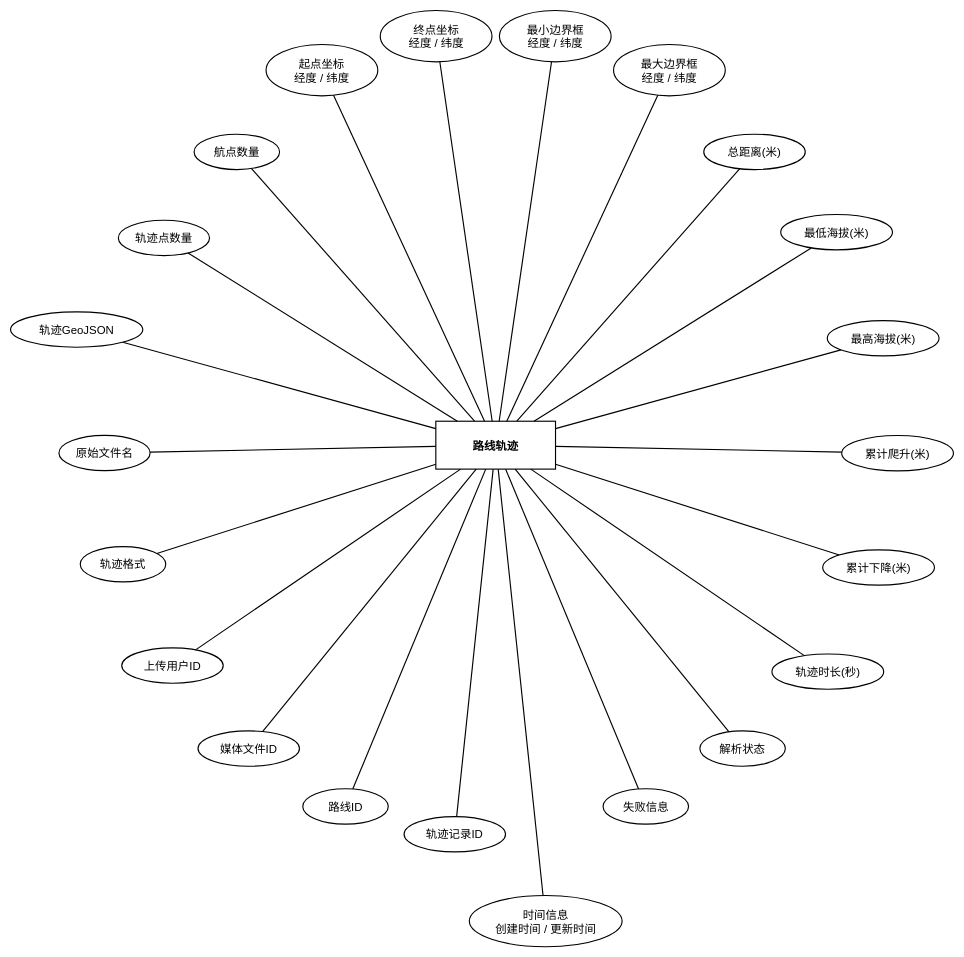
612cs/TrailQuest keeps this draw.io diagram as DOCS/thesis/figures/entity-diagrams/trail_tracks/trail_tracks_entity.drawio. Above is the earlier version. Source tidied: cells renumbered, new cells numbered last; positions are measured from the earlier drawing's top-left corner, leaving out a move shared by most shapes. Both pictures are drawn from the tidied source at 57%, with x=0, y=0 at pixel (10, 10).
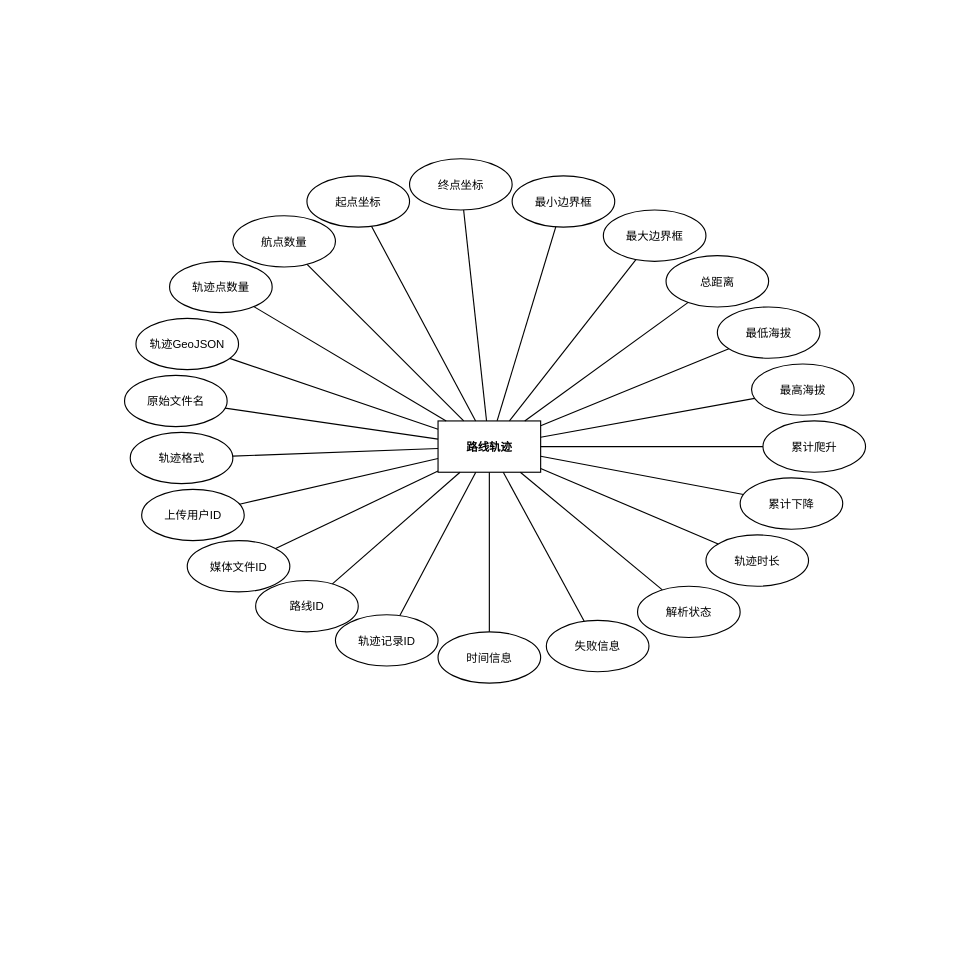
Above is the later version.

What changed in the source:
```diff
@@
     <mxCell id="2" value="路线轨迹" style="rounded=0;whiteSpace=wrap;html=1;fillColor=none;strokeColor=#000000;fontColor=#000000;fontFamily=Arial;fontSize=20;fontStyle=1;align=center;verticalAlign=middle;strokeWidth=2;gradientColor=none;shadow=0;glass=0;" parent="1" vertex="1">
-      <mxGeometry x="746.1" y="720.5" width="210" height="84" as="geometry" />
+      <mxGeometry x="750" y="720" width="180" height="90" as="geometry" />
     </mxCell>
     <mxCell id="3" value="轨迹记录ID" style="ellipse;whiteSpace=wrap;html=1;fillColor=none;strokeColor=#000000;fontColor=#000000;fontFamily=Arial;fontSize=20;align=center;verticalAlign=middle;strokeWidth=2;gradientColor=none;shadow=0;glass=0;" parent="1" vertex="1">
-      <mxGeometry x="690.4" y="1414.1" width="178" height="62" as="geometry" />
+      <mxGeometry x="570" y="1060" width="180" height="90" as="geometry" />
     </mxCell>
     <mxCell id="4" value="路线ID" style="ellipse;whiteSpace=wrap;html=1;fillColor=none;strokeColor=#000000;fontColor=#000000;fontFamily=Arial;fontSize=20;align=center;verticalAlign=middle;strokeWidth=2;gradientColor=none;shadow=0;glass=0;" parent="1" vertex="1">
-      <mxGeometry x="512.7" y="1365.3" width="150" height="62" as="geometry" />
+      <mxGeometry x="430" y="1000" width="180" height="90" as="geometry" />
     </mxCell>
     <mxCell id="5" value="媒体文件ID" style="ellipse;whiteSpace=wrap;html=1;fillColor=none;strokeColor=#000000;fontColor=#000000;fontFamily=Arial;fontSize=20;align=center;verticalAlign=middle;strokeWidth=2;gradientColor=none;shadow=0;glass=0;" parent="1" vertex="1">
-      <mxGeometry x="328.9" y="1263.8" width="178" height="62" as="geometry" />
+      <mxGeometry x="310" y="930" width="180" height="90" as="geometry" />
     </mxCell>
     <mxCell id="6" value="上传用户ID" style="ellipse;whiteSpace=wrap;html=1;fillColor=none;strokeColor=#000000;fontColor=#000000;fontFamily=Arial;fontSize=20;align=center;verticalAlign=middle;strokeWidth=2;gradientColor=none;shadow=0;glass=0;" parent="1" vertex="1">
-      <mxGeometry x="195.1" y="1118.2" width="178" height="62" as="geometry" />
+      <mxGeometry x="230" y="840" width="180" height="90" as="geometry" />
     </mxCell>
     <mxCell id="7" value="轨迹格式" style="ellipse;whiteSpace=wrap;html=1;fillColor=none;strokeColor=#000000;fontColor=#000000;fontFamily=Arial;fontSize=20;align=center;verticalAlign=middle;strokeWidth=2;gradientColor=none;shadow=0;glass=0;" parent="1" vertex="1">
-      <mxGeometry x="122.3" y="940.4" width="150" height="62" as="geometry" />
+      <mxGeometry x="210" y="740" width="180" height="90" as="geometry" />
     </mxCell>
     <mxCell id="8" value="原始文件名" style="ellipse;whiteSpace=wrap;html=1;fillColor=none;strokeColor=#000000;fontColor=#000000;fontFamily=Arial;fontSize=20;align=center;verticalAlign=middle;strokeWidth=2;gradientColor=none;shadow=0;glass=0;" parent="1" vertex="1">
-      <mxGeometry x="84.9" y="745.2" width="160" height="62" as="geometry" />
+      <mxGeometry x="200" y="640" width="180" height="90" as="geometry" />
     </mxCell>
     <mxCell id="9" value="轨迹GeoJSON" style="ellipse;whiteSpace=wrap;html=1;fillColor=none;strokeColor=#000000;fontColor=#000000;fontFamily=Arial;fontSize=20;align=center;verticalAlign=middle;strokeWidth=2;gradientColor=none;shadow=0;glass=0;" parent="1" vertex="1">
-      <mxGeometry y="528.7" width="232" height="62" as="geometry" />
+      <mxGeometry x="220" y="540" width="180" height="90" as="geometry" />
     </mxCell>
     <mxCell id="10" value="轨迹点数量" style="ellipse;whiteSpace=wrap;html=1;fillColor=none;strokeColor=#000000;fontColor=#000000;fontFamily=Arial;fontSize=20;align=center;verticalAlign=middle;strokeWidth=2;gradientColor=none;shadow=0;glass=0;" parent="1" vertex="1">
-      <mxGeometry x="189.1" y="367.9" width="160" height="62" as="geometry" />
+      <mxGeometry x="279" y="440" width="180" height="90" as="geometry" />
     </mxCell>
     <mxCell id="11" value="航点数量" style="ellipse;whiteSpace=wrap;html=1;fillColor=none;strokeColor=#000000;fontColor=#000000;fontFamily=Arial;fontSize=20;align=center;verticalAlign=middle;strokeWidth=2;gradientColor=none;shadow=0;glass=0;" parent="1" vertex="1">
-      <mxGeometry x="322" y="217" width="150" height="62" as="geometry" />
+      <mxGeometry x="390" y="360" width="180" height="90" as="geometry" />
     </mxCell>
-    <mxCell id="12" value="起点坐标&#10;经度 / 纬度" style="ellipse;whiteSpace=wrap;html=1;fillColor=none;strokeColor=#000000;fontColor=#000000;fontFamily=Arial;fontSize=20;align=center;verticalAlign=middle;strokeWidth=2;gradientColor=none;shadow=0;glass=0;" parent="1" vertex="1">
-      <mxGeometry x="448.3" y="59.6" width="196" height="90" as="geometry" />
+    <mxCell id="12" value="起点坐标" style="ellipse;whiteSpace=wrap;html=1;fillColor=none;strokeColor=#000000;fontColor=#000000;fontFamily=Arial;fontSize=20;align=center;verticalAlign=middle;strokeWidth=2;gradientColor=none;shadow=0;glass=0;" parent="1" vertex="1">
+      <mxGeometry x="520" y="290" width="180" height="90" as="geometry" />
     </mxCell>
-    <mxCell id="13" value="终点坐标&#10;经度 / 纬度" style="ellipse;whiteSpace=wrap;html=1;fillColor=none;strokeColor=#000000;fontColor=#000000;fontFamily=Arial;fontSize=20;align=center;verticalAlign=middle;strokeWidth=2;gradientColor=none;shadow=0;glass=0;" parent="1" vertex="1">
-      <mxGeometry x="648.6" width="196" height="90" as="geometry" />
+    <mxCell id="13" value="终点坐标" style="ellipse;whiteSpace=wrap;html=1;fillColor=none;strokeColor=#000000;fontColor=#000000;fontFamily=Arial;fontSize=20;align=center;verticalAlign=middle;strokeWidth=2;gradientColor=none;shadow=0;glass=0;" parent="1" vertex="1">
+      <mxGeometry x="700" y="260" width="180" height="90" as="geometry" />
     </mxCell>
-    <mxCell id="14" value="最小边界框&#10;经度 / 纬度" style="ellipse;whiteSpace=wrap;html=1;fillColor=none;strokeColor=#000000;fontColor=#000000;fontFamily=Arial;fontSize=20;align=center;verticalAlign=middle;strokeWidth=2;gradientColor=none;shadow=0;glass=0;" parent="1" vertex="1">
-      <mxGeometry x="857.6" width="196" height="90" as="geometry" />
+    <mxCell id="14" value="最小边界框" style="ellipse;whiteSpace=wrap;html=1;fillColor=none;strokeColor=#000000;fontColor=#000000;fontFamily=Arial;fontSize=20;align=center;verticalAlign=middle;strokeWidth=2;gradientColor=none;shadow=0;glass=0;" parent="1" vertex="1">
+      <mxGeometry x="880" y="290" width="180" height="90" as="geometry" />
     </mxCell>
-    <mxCell id="15" value="最大边界框&#10;经度 / 纬度" style="ellipse;whiteSpace=wrap;html=1;fillColor=none;strokeColor=#000000;fontColor=#000000;fontFamily=Arial;fontSize=20;align=center;verticalAlign=middle;strokeWidth=2;gradientColor=none;shadow=0;glass=0;" parent="1" vertex="1">
-      <mxGeometry x="1057.9" y="59.6" width="196" height="90" as="geometry" />
+    <mxCell id="15" value="最大边界框" style="ellipse;whiteSpace=wrap;html=1;fillColor=none;strokeColor=#000000;fontColor=#000000;fontFamily=Arial;fontSize=20;align=center;verticalAlign=middle;strokeWidth=2;gradientColor=none;shadow=0;glass=0;" parent="1" vertex="1">
+      <mxGeometry x="1040" y="350" width="180" height="90" as="geometry" />
     </mxCell>
-    <mxCell id="16" value="总距离(米)" style="ellipse;whiteSpace=wrap;html=1;fillColor=none;strokeColor=#000000;fontColor=#000000;fontFamily=Arial;fontSize=20;align=center;verticalAlign=middle;strokeWidth=2;gradientColor=none;shadow=0;glass=0;" parent="1" vertex="1">
-      <mxGeometry x="1216.2" y="217" width="178" height="62" as="geometry" />
+    <mxCell id="16" value="总距离" style="ellipse;whiteSpace=wrap;html=1;fillColor=none;strokeColor=#000000;fontColor=#000000;fontFamily=Arial;fontSize=20;align=center;verticalAlign=middle;strokeWidth=2;gradientColor=none;shadow=0;glass=0;" parent="1" vertex="1">
+      <mxGeometry x="1150" y="430" width="180" height="90" as="geometry" />
     </mxCell>
-    <mxCell id="17" value="最低海拔(米)" style="ellipse;whiteSpace=wrap;html=1;fillColor=none;strokeColor=#000000;fontColor=#000000;fontFamily=Arial;fontSize=20;align=center;verticalAlign=middle;strokeWidth=2;gradientColor=none;shadow=0;glass=0;" parent="1" vertex="1">
-      <mxGeometry x="1351.2" y="357.8" width="196" height="62" as="geometry" />
+    <mxCell id="17" value="最低海拔" style="ellipse;whiteSpace=wrap;html=1;fillColor=none;strokeColor=#000000;fontColor=#000000;fontFamily=Arial;fontSize=20;align=center;verticalAlign=middle;strokeWidth=2;gradientColor=none;shadow=0;glass=0;" parent="1" vertex="1">
+      <mxGeometry x="1240" y="520" width="180" height="90" as="geometry" />
     </mxCell>
-    <mxCell id="18" value="最高海拔(米)" style="ellipse;whiteSpace=wrap;html=1;fillColor=none;strokeColor=#000000;fontColor=#000000;fontFamily=Arial;fontSize=20;align=center;verticalAlign=middle;strokeWidth=2;gradientColor=none;shadow=0;glass=0;" parent="1" vertex="1">
-      <mxGeometry x="1432.9" y="543.9" width="196" height="62" as="geometry" />
+    <mxCell id="18" value="最高海拔" style="ellipse;whiteSpace=wrap;html=1;fillColor=none;strokeColor=#000000;fontColor=#000000;fontFamily=Arial;fontSize=20;align=center;verticalAlign=middle;strokeWidth=2;gradientColor=none;shadow=0;glass=0;" parent="1" vertex="1">
+      <mxGeometry x="1300" y="620" width="180" height="90" as="geometry" />
     </mxCell>
-    <mxCell id="19" value="累计爬升(米)" style="ellipse;whiteSpace=wrap;html=1;fillColor=none;strokeColor=#000000;fontColor=#000000;fontFamily=Arial;fontSize=20;align=center;verticalAlign=middle;strokeWidth=2;gradientColor=none;shadow=0;glass=0;" parent="1" vertex="1">
-      <mxGeometry x="1458.2" y="745.6" width="196" height="62" as="geometry" />
+    <mxCell id="19" value="累计爬升" style="ellipse;whiteSpace=wrap;html=1;fillColor=none;strokeColor=#000000;fontColor=#000000;fontFamily=Arial;fontSize=20;align=center;verticalAlign=middle;strokeWidth=2;gradientColor=none;shadow=0;glass=0;" parent="1" vertex="1">
+      <mxGeometry x="1320" y="720" width="180" height="90" as="geometry" />
     </mxCell>
-    <mxCell id="20" value="累计下降(米)" style="ellipse;whiteSpace=wrap;html=1;fillColor=none;strokeColor=#000000;fontColor=#000000;fontFamily=Arial;fontSize=20;align=center;verticalAlign=middle;strokeWidth=2;gradientColor=none;shadow=0;glass=0;" parent="1" vertex="1">
-      <mxGeometry x="1424.9" y="946.1" width="196" height="62" as="geometry" />
+    <mxCell id="20" value="累计下降" style="ellipse;whiteSpace=wrap;html=1;fillColor=none;strokeColor=#000000;fontColor=#000000;fontFamily=Arial;fontSize=20;align=center;verticalAlign=middle;strokeWidth=2;gradientColor=none;shadow=0;glass=0;" parent="1" vertex="1">
+      <mxGeometry x="1280" y="820" width="180" height="90" as="geometry" />
     </mxCell>
-    <mxCell id="21" value="轨迹时长(秒)" style="ellipse;whiteSpace=wrap;html=1;fillColor=none;strokeColor=#000000;fontColor=#000000;fontFamily=Arial;fontSize=20;align=center;verticalAlign=middle;strokeWidth=2;gradientColor=none;shadow=0;glass=0;" parent="1" vertex="1">
-      <mxGeometry x="1335.8" y="1128.8" width="196" height="62" as="geometry" />
+    <mxCell id="21" value="轨迹时长" style="ellipse;whiteSpace=wrap;html=1;fillColor=none;strokeColor=#000000;fontColor=#000000;fontFamily=Arial;fontSize=20;align=center;verticalAlign=middle;strokeWidth=2;gradientColor=none;shadow=0;glass=0;" parent="1" vertex="1">
+      <mxGeometry x="1220" y="920" width="180" height="90" as="geometry" />
     </mxCell>
     <mxCell id="22" value="解析状态" style="ellipse;whiteSpace=wrap;html=1;fillColor=none;strokeColor=#000000;fontColor=#000000;fontFamily=Arial;fontSize=20;align=center;verticalAlign=middle;strokeWidth=2;gradientColor=none;shadow=0;glass=0;" parent="1" vertex="1">
-      <mxGeometry x="1209.3" y="1263.8" width="150" height="62" as="geometry" />
+      <mxGeometry x="1100" y="1010" width="180" height="90" as="geometry" />
     </mxCell>
     <mxCell id="23" value="失败信息" style="ellipse;whiteSpace=wrap;html=1;fillColor=none;strokeColor=#000000;fontColor=#000000;fontFamily=Arial;fontSize=20;align=center;verticalAlign=middle;strokeWidth=2;gradientColor=none;shadow=0;glass=0;" parent="1" vertex="1">
-      <mxGeometry x="1039.5" y="1365.3" width="150" height="62" as="geometry" />
+      <mxGeometry x="940" y="1070" width="180" height="90" as="geometry" />
     </mxCell>
-    <mxCell id="24" value="时间信息&#10;创建时间 / 更新时间" style="ellipse;whiteSpace=wrap;html=1;fillColor=none;strokeColor=#000000;fontColor=#000000;fontFamily=Arial;fontSize=20;align=center;verticalAlign=middle;strokeWidth=2;gradientColor=none;shadow=0;glass=0;" parent="1" vertex="1">
-      <mxGeometry x="804.9" y="1552.5" width="268" height="90" as="geometry" />
+    <mxCell id="24" value="时间信息" style="ellipse;whiteSpace=wrap;html=1;fillColor=none;strokeColor=#000000;fontColor=#000000;fontFamily=Arial;fontSize=20;align=center;verticalAlign=middle;strokeWidth=2;gradientColor=none;shadow=0;glass=0;" parent="1" vertex="1">
+      <mxGeometry x="750" y="1090" width="180" height="90" as="geometry" />
     </mxCell>
```
